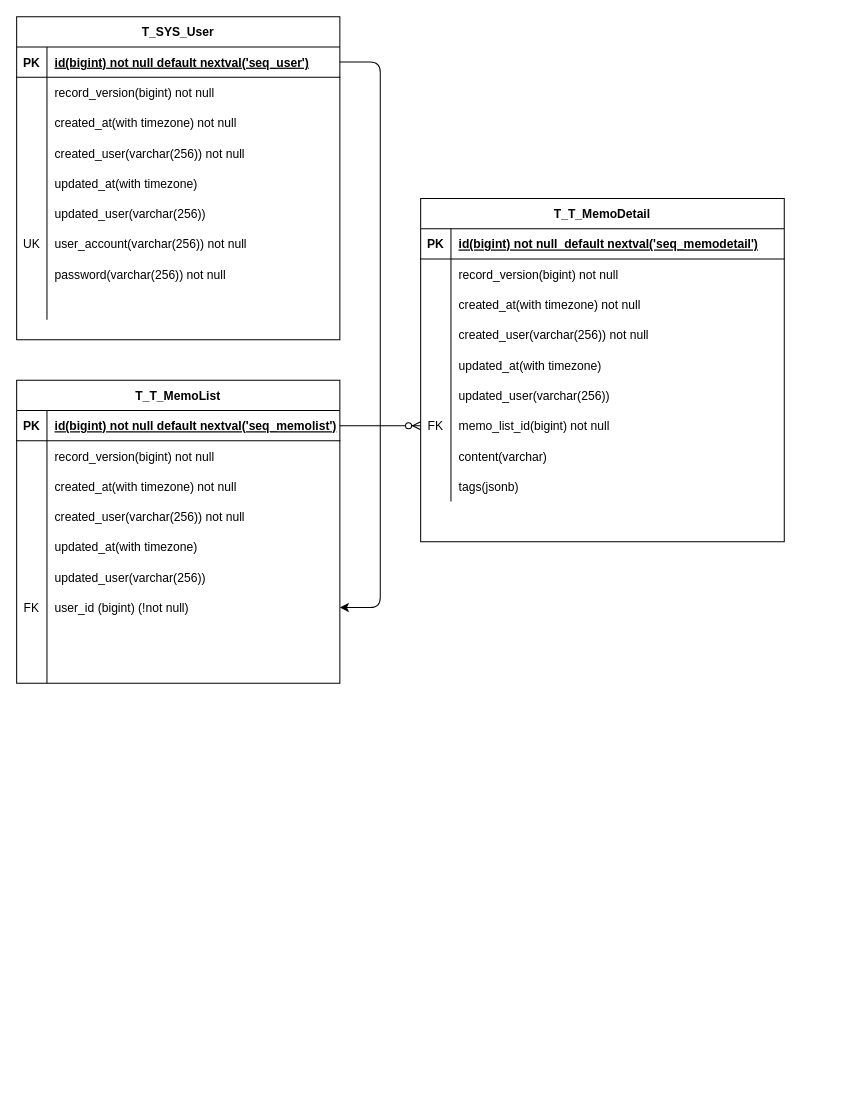
This is database/er/memo.drawio from ta9mi-github/memo, a draw.io file, before an edit. Source tidied: cells renumbered, new cells numbered last; positions are measured from the earlier drawing's top-left corner, leaving out a move shared by most shapes. Both pictures are drawn from the tidied source at 101%, with x=0, y=0 at pixel (16, 16).
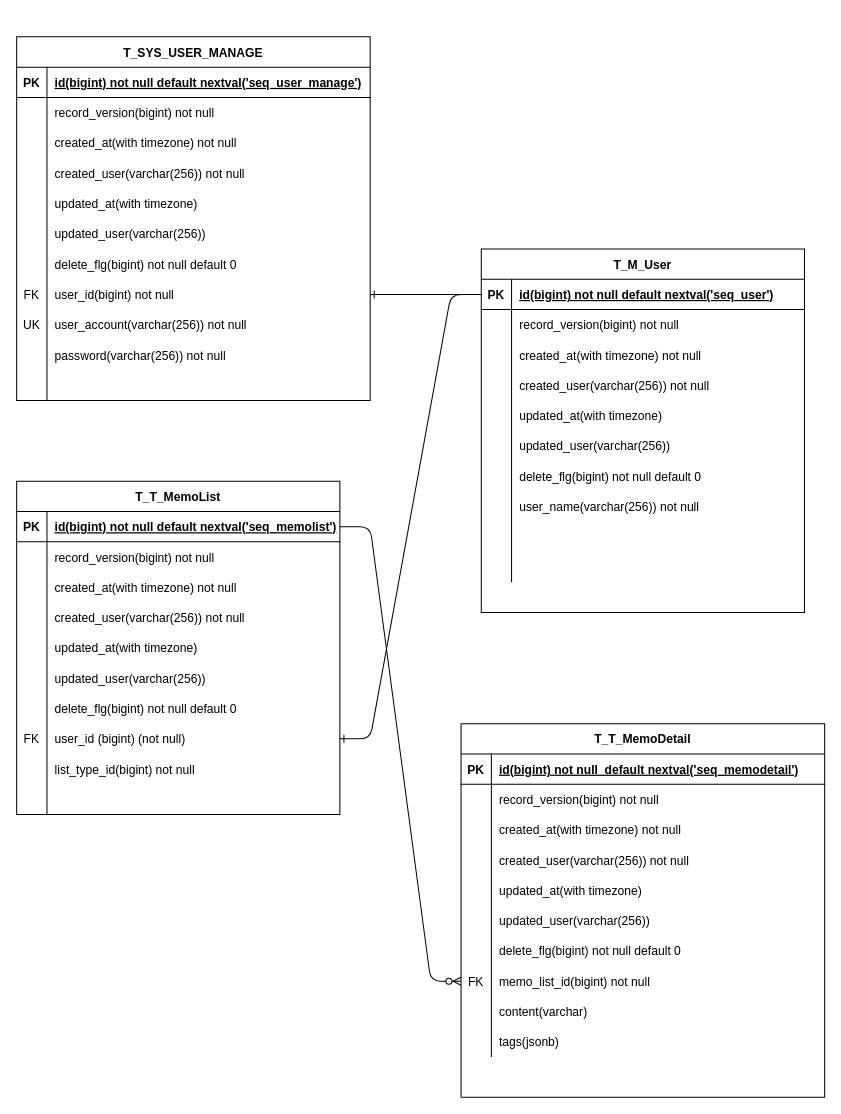
The same diagram, later.

Commit message:
不足している列の追加

The edit, as a diff of the source:
```diff
@@
-    <mxCell id="2" value="T_SYS_User" style="shape=table;startSize=30;childLayout=tableLayout;rowLines=0;fontStyle=1;align=center;" parent="1" vertex="1">
-      <mxGeometry width="320" height="320" as="geometry" />
+    <mxCell id="2" value="T_SYS_USER_MANAGE" style="shape=table;startSize=30;childLayout=tableLayout;rowLines=0;fontStyle=1;align=center;" parent="1" vertex="1">
+      <mxGeometry y="20" width="350" height="360" as="geometry" />
     </mxCell>
     <mxCell id="3" style="shape=partialRectangle;fillColor=none;top=0;left=0;bottom=1;right=0;points=[[0,0.5],[1,0.5]];portConstraint=eastwest;" parent="2" vertex="1">
-      <mxGeometry y="30" width="320" height="30" as="geometry" />
+      <mxGeometry y="30" width="350" height="30" as="geometry" />
     </mxCell>
@@
-    <mxCell id="5" value="id(bigint) not null default nextval('seq_user')" style="shape=partialRectangle;fillColor=none;top=0;left=0;bottom=0;right=0;align=left;spacingLeft=6;fontStyle=5;overflow=hidden;" parent="3" vertex="1">
-      <mxGeometry x="30" width="290" height="30" as="geometry" />
+    <mxCell id="5" value="id(bigint) not null default nextval('seq_user_manage')" style="shape=partialRectangle;fillColor=none;top=0;left=0;bottom=0;right=0;align=left;spacingLeft=6;fontStyle=5;overflow=hidden;" parent="3" vertex="1">
+      <mxGeometry x="30" width="320" height="30" as="geometry" />
     </mxCell>
     <mxCell id="6" style="shape=partialRectangle;fillColor=none;top=0;left=0;bottom=0;right=0;" parent="2" vertex="1">
-      <mxGeometry y="60" width="320" height="30" as="geometry" />
+      <mxGeometry y="60" width="350" height="30" as="geometry" />
     </mxCell>
@@
     <mxCell id="8" value="record_version(bigint) not null" style="shape=partialRectangle;fillColor=none;top=0;left=0;bottom=0;right=0;align=left;spacingLeft=6;overflow=hidden;" parent="6" vertex="1">
-      <mxGeometry x="30" width="290" height="30" as="geometry" />
+      <mxGeometry x="30" width="320" height="30" as="geometry" />
     </mxCell>
     <mxCell id="9" style="shape=partialRectangle;fillColor=none;top=0;left=0;bottom=0;right=0;" parent="2" vertex="1">
-      <mxGeometry y="90" width="320" height="30" as="geometry" />
+      <mxGeometry y="90" width="350" height="30" as="geometry" />
     </mxCell>
@@
     <mxCell id="11" value="created_at(with timezone) not null" style="shape=partialRectangle;fillColor=none;top=0;left=0;bottom=0;right=0;align=left;spacingLeft=6;overflow=hidden;" parent="9" vertex="1">
-      <mxGeometry x="30" width="290" height="30" as="geometry" />
+      <mxGeometry x="30" width="320" height="30" as="geometry" />
     </mxCell>
     <mxCell id="12" style="shape=partialRectangle;fillColor=none;top=0;left=0;bottom=0;right=0;" parent="2" vertex="1">
-      <mxGeometry y="120" width="320" height="30" as="geometry" />
+      <mxGeometry y="120" width="350" height="30" as="geometry" />
     </mxCell>
@@
     <mxCell id="14" value="created_user(varchar(256)) not null" style="shape=partialRectangle;fillColor=none;top=0;left=0;bottom=0;right=0;align=left;spacingLeft=6;overflow=hidden;" parent="12" vertex="1">
-      <mxGeometry x="30" width="290" height="30" as="geometry" />
+      <mxGeometry x="30" width="320" height="30" as="geometry" />
     </mxCell>
     <mxCell id="15" style="shape=partialRectangle;fillColor=none;top=0;left=0;bottom=0;right=0;" parent="2" vertex="1">
-      <mxGeometry y="150" width="320" height="30" as="geometry" />
+      <mxGeometry y="150" width="350" height="30" as="geometry" />
     </mxCell>
@@
     <mxCell id="17" value="updated_at(with timezone)" style="shape=partialRectangle;fillColor=none;top=0;left=0;bottom=0;right=0;align=left;spacingLeft=6;overflow=hidden;" parent="15" vertex="1">
-      <mxGeometry x="30" width="290" height="30" as="geometry" />
+      <mxGeometry x="30" width="320" height="30" as="geometry" />
     </mxCell>
     <mxCell id="18" style="shape=partialRectangle;fillColor=none;top=0;left=0;bottom=0;right=0;" parent="2" vertex="1">
-      <mxGeometry y="180" width="320" height="30" as="geometry" />
+      <mxGeometry y="180" width="350" height="30" as="geometry" />
     </mxCell>
@@
     <mxCell id="20" value="updated_user(varchar(256))" style="shape=partialRectangle;fillColor=none;top=0;left=0;bottom=0;right=0;align=left;spacingLeft=6;overflow=hidden;" parent="18" vertex="1">
-      <mxGeometry x="30" width="290" height="30" as="geometry" />
+      <mxGeometry x="30" width="320" height="30" as="geometry" />
     </mxCell>
+    <mxCell id="88" style="shape=partialRectangle;fillColor=none;top=0;left=0;bottom=0;right=0;" parent="2" vertex="1">
+      <mxGeometry y="210" width="350" height="30" as="geometry" />
+    </mxCell>
+    <mxCell id="89" style="shape=partialRectangle;fillColor=none;top=0;left=0;bottom=0;right=0;overflow=hidden;" parent="88" vertex="1">
+      <mxGeometry width="30" height="30" as="geometry" />
+    </mxCell>
+    <mxCell id="90" value="delete_flg(bigint) not null default 0" style="shape=partialRectangle;fillColor=none;top=0;left=0;bottom=0;right=0;align=left;spacingLeft=6;overflow=hidden;" parent="88" vertex="1">
+      <mxGeometry x="30" width="320" height="30" as="geometry" />
+    </mxCell>
+    <mxCell id="91" style="shape=partialRectangle;fillColor=none;top=0;left=0;bottom=0;right=0;points=[[0,0.5],[1,0.5]];portConstraint=eastwest;" parent="2" vertex="1">
+      <mxGeometry y="240" width="350" height="30" as="geometry" />
+    </mxCell>
+    <mxCell id="92" value="FK" style="shape=partialRectangle;fillColor=none;top=0;left=0;bottom=0;right=0;overflow=hidden;" parent="91" vertex="1">
+      <mxGeometry width="30" height="30" as="geometry" />
+    </mxCell>
+    <mxCell id="93" value="user_id(bigint) not null" style="shape=partialRectangle;fillColor=none;top=0;left=0;bottom=0;right=0;align=left;spacingLeft=6;overflow=hidden;" parent="91" vertex="1">
+      <mxGeometry x="30" width="320" height="30" as="geometry" />
+    </mxCell>
     <mxCell id="21" style="shape=partialRectangle;fillColor=none;top=0;left=0;bottom=0;right=0;" parent="2" vertex="1">
-      <mxGeometry y="210" width="320" height="30" as="geometry" />
+      <mxGeometry y="270" width="350" height="30" as="geometry" />
     </mxCell>
@@
     <mxCell id="23" value="user_account(varchar(256)) not null" style="shape=partialRectangle;fillColor=none;top=0;left=0;bottom=0;right=0;align=left;spacingLeft=6;overflow=hidden;" parent="21" vertex="1">
-      <mxGeometry x="30" width="290" height="30" as="geometry" />
+      <mxGeometry x="30" width="320" height="30" as="geometry" />
     </mxCell>
     <mxCell id="24" style="shape=partialRectangle;fillColor=none;top=0;left=0;bottom=0;right=0;" parent="2" vertex="1">
-      <mxGeometry y="240" width="320" height="30" as="geometry" />
+      <mxGeometry y="300" width="350" height="30" as="geometry" />
     </mxCell>
@@
     <mxCell id="26" value="password(varchar(256)) not null" style="shape=partialRectangle;fillColor=none;top=0;left=0;bottom=0;right=0;align=left;spacingLeft=6;overflow=hidden;" parent="24" vertex="1">
-      <mxGeometry x="30" width="290" height="30" as="geometry" />
+      <mxGeometry x="30" width="320" height="30" as="geometry" />
     </mxCell>
     <mxCell id="27" style="shape=partialRectangle;fillColor=none;top=0;left=0;bottom=0;right=0;" parent="2" vertex="1">
-      <mxGeometry y="270" width="320" height="30" as="geometry" />
+      <mxGeometry y="330" width="350" height="30" as="geometry" />
     </mxCell>
@@
     <mxCell id="29" style="shape=partialRectangle;fillColor=none;top=0;left=0;bottom=0;right=0;align=left;spacingLeft=6;overflow=hidden;" parent="27" vertex="1">
-      <mxGeometry x="30" width="290" height="30" as="geometry" />
+      <mxGeometry x="30" width="320" height="30" as="geometry" />
     </mxCell>
     <mxCell id="30" value="T_T_MemoList" style="shape=table;startSize=30;childLayout=tableLayout;rowLines=0;fontStyle=1;align=center;" parent="1" vertex="1">
-      <mxGeometry y="360" width="320" height="300" as="geometry" />
+      <mxGeometry y="460" width="320" height="330" as="geometry" />
     </mxCell>
@@
+    <mxCell id="94" style="shape=partialRectangle;fillColor=none;top=0;left=0;bottom=0;right=0;" parent="30" vertex="1">
+      <mxGeometry y="210" width="320" height="30" as="geometry" />
+    </mxCell>
+    <mxCell id="95" style="shape=partialRectangle;fillColor=none;top=0;left=0;bottom=0;right=0;overflow=hidden;" parent="94" vertex="1">
+      <mxGeometry width="30" height="30" as="geometry" />
+    </mxCell>
+    <mxCell id="96" value="delete_flg(bigint) not null default 0" style="shape=partialRectangle;fillColor=none;top=0;left=0;bottom=0;right=0;align=left;spacingLeft=6;overflow=hidden;" parent="94" vertex="1">
+      <mxGeometry x="30" width="290" height="30" as="geometry" />
+    </mxCell>
     <mxCell id="49" style="shape=partialRectangle;fillColor=none;top=0;left=0;bottom=0;right=0;points=[[0,0.5],[1,0.5]];portConstraint=eastwest;" parent="30" vertex="1">
-      <mxGeometry y="210" width="320" height="30" as="geometry" />
+      <mxGeometry y="240" width="320" height="30" as="geometry" />
     </mxCell>
@@
-    <mxCell id="51" value="user_id (bigint) (!not null)" style="shape=partialRectangle;fillColor=none;top=0;left=0;bottom=0;right=0;align=left;spacingLeft=6;overflow=hidden;" parent="49" vertex="1">
+    <mxCell id="51" value="user_id (bigint) (not null)" style="shape=partialRectangle;fillColor=none;top=0;left=0;bottom=0;right=0;align=left;spacingLeft=6;overflow=hidden;" parent="49" vertex="1">
       <mxGeometry x="30" width="290" height="30" as="geometry" />
     </mxCell>
     <mxCell id="52" style="shape=partialRectangle;fillColor=none;top=0;left=0;bottom=0;right=0;" parent="30" vertex="1">
-      <mxGeometry y="240" width="320" height="30" as="geometry" />
+      <mxGeometry y="270" width="320" height="30" as="geometry" />
     </mxCell>
@@
-    <mxCell id="54" style="shape=partialRectangle;fillColor=none;top=0;left=0;bottom=0;right=0;align=left;spacingLeft=6;overflow=hidden;" parent="52" vertex="1">
+    <mxCell id="54" value="list_type_id(bigint) not null" style="shape=partialRectangle;fillColor=none;top=0;left=0;bottom=0;right=0;align=left;spacingLeft=6;overflow=hidden;" parent="52" vertex="1">
       <mxGeometry x="30" width="290" height="30" as="geometry" />
     </mxCell>
     <mxCell id="55" style="shape=partialRectangle;fillColor=none;top=0;left=0;bottom=0;right=0;" parent="30" vertex="1">
-      <mxGeometry y="270" width="320" height="30" as="geometry" />
+      <mxGeometry y="300" width="320" height="30" as="geometry" />
     </mxCell>
@@
     <mxCell id="58" value="T_T_MemoDetail" style="shape=table;startSize=30;childLayout=tableLayout;rowLines=0;fontStyle=1;align=center;" parent="1" vertex="1">
-      <mxGeometry x="400" y="180" width="360" height="340" as="geometry" />
+      <mxGeometry x="440" y="700" width="360" height="370" as="geometry" />
     </mxCell>
@@
+    <mxCell id="97" style="shape=partialRectangle;fillColor=none;top=0;left=0;bottom=0;right=0;" parent="58" vertex="1">
+      <mxGeometry y="210" width="360" height="30" as="geometry" />
+    </mxCell>
+    <mxCell id="98" style="shape=partialRectangle;fillColor=none;top=0;left=0;bottom=0;right=0;overflow=hidden;" parent="97" vertex="1">
+      <mxGeometry width="30" height="30" as="geometry" />
+    </mxCell>
+    <mxCell id="99" value="delete_flg(bigint) not null default 0" style="shape=partialRectangle;fillColor=none;top=0;left=0;bottom=0;right=0;align=left;spacingLeft=6;overflow=hidden;" parent="97" vertex="1">
+      <mxGeometry x="30" width="330" height="30" as="geometry" />
+    </mxCell>
     <mxCell id="77" style="shape=partialRectangle;fillColor=none;top=0;left=0;bottom=0;right=0;points=[[0,0.5],[1,0.5]];portConstraint=eastwest;" parent="58" vertex="1">
-      <mxGeometry y="210" width="360" height="30" as="geometry" />
+      <mxGeometry y="240" width="360" height="30" as="geometry" />
     </mxCell>
@@
     <mxCell id="80" style="shape=partialRectangle;fillColor=none;top=0;left=0;bottom=0;right=0;" parent="58" vertex="1">
-      <mxGeometry y="240" width="360" height="30" as="geometry" />
+      <mxGeometry y="270" width="360" height="30" as="geometry" />
     </mxCell>
@@
     <mxCell id="83" style="shape=partialRectangle;fillColor=none;top=0;left=0;bottom=0;right=0;" parent="58" vertex="1">
-      <mxGeometry y="270" width="360" height="30" as="geometry" />
+      <mxGeometry y="300" width="360" height="30" as="geometry" />
     </mxCell>
@@
-    <mxCell id="86" style="edgeStyle=none;html=1;entryX=1;entryY=0.5;entryDx=0;entryDy=0;exitX=1;exitY=0.5;exitDx=0;exitDy=0;" parent="1" edge="1" source="3" target="49">
-      <mxGeometry relative="1" as="geometry">
-        <Array as="points">
-          <mxPoint x="360" y="45" />
-          <mxPoint x="360" y="180" />
-          <mxPoint x="360" y="405" />
-          <mxPoint x="360" y="585" />
-        </Array>
-      </mxGeometry>
-    </mxCell>
@@
+    <mxCell id="100" value="T_M_User" style="shape=table;startSize=30;childLayout=tableLayout;rowLines=0;fontStyle=1;align=center;" parent="1" vertex="1">
+      <mxGeometry x="460" y="230" width="320" height="360" as="geometry" />
+    </mxCell>
+    <mxCell id="101" style="shape=partialRectangle;fillColor=none;top=0;left=0;bottom=1;right=0;points=[[0,0.5],[1,0.5]];portConstraint=eastwest;" parent="100" vertex="1">
+      <mxGeometry y="30" width="320" height="30" as="geometry" />
+    </mxCell>
+    <mxCell id="102" value="PK" style="shape=partialRectangle;fillColor=none;top=0;left=0;bottom=0;right=0;fontStyle=1;overflow=hidden;" parent="101" vertex="1">
+      <mxGeometry width="30" height="30" as="geometry" />
+    </mxCell>
+    <mxCell id="103" value="id(bigint) not null default nextval('seq_user')" style="shape=partialRectangle;fillColor=none;top=0;left=0;bottom=0;right=0;align=left;spacingLeft=6;fontStyle=5;overflow=hidden;" parent="101" vertex="1">
+      <mxGeometry x="30" width="290" height="30" as="geometry" />
+    </mxCell>
+    <mxCell id="104" style="shape=partialRectangle;fillColor=none;top=0;left=0;bottom=0;right=0;" parent="100" vertex="1">
+      <mxGeometry y="60" width="320" height="30" as="geometry" />
+    </mxCell>
+    <mxCell id="105" style="shape=partialRectangle;fillColor=none;top=0;left=0;bottom=0;right=0;overflow=hidden;" parent="104" vertex="1">
+      <mxGeometry width="30" height="30" as="geometry" />
+    </mxCell>
+    <mxCell id="106" value="record_version(bigint) not null" style="shape=partialRectangle;fillColor=none;top=0;left=0;bottom=0;right=0;align=left;spacingLeft=6;overflow=hidden;" parent="104" vertex="1">
+      <mxGeometry x="30" width="290" height="30" as="geometry" />
+    </mxCell>
+    <mxCell id="107" style="shape=partialRectangle;fillColor=none;top=0;left=0;bottom=0;right=0;" parent="100" vertex="1">
+      <mxGeometry y="90" width="320" height="30" as="geometry" />
+    </mxCell>
+    <mxCell id="108" style="shape=partialRectangle;fillColor=none;top=0;left=0;bottom=0;right=0;overflow=hidden;" parent="107" vertex="1">
+      <mxGeometry width="30" height="30" as="geometry" />
+    </mxCell>
+    <mxCell id="109" value="created_at(with timezone) not null" style="shape=partialRectangle;fillColor=none;top=0;left=0;bottom=0;right=0;align=left;spacingLeft=6;overflow=hidden;" parent="107" vertex="1">
+      <mxGeometry x="30" width="290" height="30" as="geometry" />
+    </mxCell>
+    <mxCell id="110" style="shape=partialRectangle;fillColor=none;top=0;left=0;bottom=0;right=0;" parent="100" vertex="1">
+      <mxGeometry y="120" width="320" height="30" as="geometry" />
+    </mxCell>
+    <mxCell id="111" style="shape=partialRectangle;fillColor=none;top=0;left=0;bottom=0;right=0;overflow=hidden;" parent="110" vertex="1">
+      <mxGeometry width="30" height="30" as="geometry" />
+    </mxCell>
+    <mxCell id="112" value="created_user(varchar(256)) not null" style="shape=partialRectangle;fillColor=none;top=0;left=0;bottom=0;right=0;align=left;spacingLeft=6;overflow=hidden;" parent="110" vertex="1">
+      <mxGeometry x="30" width="290" height="30" as="geometry" />
+    </mxCell>
+    <mxCell id="113" style="shape=partialRectangle;fillColor=none;top=0;left=0;bottom=0;right=0;" parent="100" vertex="1">
+      <mxGeometry y="150" width="320" height="30" as="geometry" />
+    </mxCell>
+    <mxCell id="114" style="shape=partialRectangle;fillColor=none;top=0;left=0;bottom=0;right=0;overflow=hidden;" parent="113" vertex="1">
+      <mxGeometry width="30" height="30" as="geometry" />
+    </mxCell>
+    <mxCell id="115" value="updated_at(with timezone)" style="shape=partialRectangle;fillColor=none;top=0;left=0;bottom=0;right=0;align=left;spacingLeft=6;overflow=hidden;" parent="113" vertex="1">
+      <mxGeometry x="30" width="290" height="30" as="geometry" />
+    </mxCell>
+    <mxCell id="116" style="shape=partialRectangle;fillColor=none;top=0;left=0;bottom=0;right=0;" parent="100" vertex="1">
+      <mxGeometry y="180" width="320" height="30" as="geometry" />
+    </mxCell>
+    <mxCell id="117" style="shape=partialRectangle;fillColor=none;top=0;left=0;bottom=0;right=0;overflow=hidden;" parent="116" vertex="1">
+      <mxGeometry width="30" height="30" as="geometry" />
+    </mxCell>
+    <mxCell id="118" value="updated_user(varchar(256))" style="shape=partialRectangle;fillColor=none;top=0;left=0;bottom=0;right=0;align=left;spacingLeft=6;overflow=hidden;" parent="116" vertex="1">
+      <mxGeometry x="30" width="290" height="30" as="geometry" />
+    </mxCell>
+    <mxCell id="119" style="shape=partialRectangle;fillColor=none;top=0;left=0;bottom=0;right=0;" parent="100" vertex="1">
+      <mxGeometry y="210" width="320" height="30" as="geometry" />
+    </mxCell>
+    <mxCell id="120" style="shape=partialRectangle;fillColor=none;top=0;left=0;bottom=0;right=0;overflow=hidden;" parent="119" vertex="1">
+      <mxGeometry width="30" height="30" as="geometry" />
+    </mxCell>
+    <mxCell id="121" value="delete_flg(bigint) not null default 0" style="shape=partialRectangle;fillColor=none;top=0;left=0;bottom=0;right=0;align=left;spacingLeft=6;overflow=hidden;" parent="119" vertex="1">
+      <mxGeometry x="30" width="290" height="30" as="geometry" />
+    </mxCell>
+    <mxCell id="122" style="shape=partialRectangle;fillColor=none;top=0;left=0;bottom=0;right=0;" parent="100" vertex="1">
+      <mxGeometry y="240" width="320" height="30" as="geometry" />
+    </mxCell>
+    <mxCell id="123" style="shape=partialRectangle;fillColor=none;top=0;left=0;bottom=0;right=0;overflow=hidden;" parent="122" vertex="1">
+      <mxGeometry width="30" height="30" as="geometry" />
+    </mxCell>
+    <mxCell id="124" value="user_name(varchar(256)) not null" style="shape=partialRectangle;fillColor=none;top=0;left=0;bottom=0;right=0;align=left;spacingLeft=6;overflow=hidden;" parent="122" vertex="1">
+      <mxGeometry x="30" width="290" height="30" as="geometry" />
+    </mxCell>
+    <mxCell id="125" style="shape=partialRectangle;fillColor=none;top=0;left=0;bottom=0;right=0;" parent="100" vertex="1">
+      <mxGeometry y="270" width="320" height="30" as="geometry" />
+    </mxCell>
+    <mxCell id="126" style="shape=partialRectangle;fillColor=none;top=0;left=0;bottom=0;right=0;overflow=hidden;" parent="125" vertex="1">
+      <mxGeometry width="30" height="30" as="geometry" />
+    </mxCell>
+    <mxCell id="127" style="shape=partialRectangle;fillColor=none;top=0;left=0;bottom=0;right=0;align=left;spacingLeft=6;overflow=hidden;" parent="125" vertex="1">
+      <mxGeometry x="30" width="290" height="30" as="geometry" />
+    </mxCell>
+    <mxCell id="128" style="shape=partialRectangle;fillColor=none;top=0;left=0;bottom=0;right=0;" parent="100" vertex="1">
+      <mxGeometry y="300" width="320" height="30" as="geometry" />
+    </mxCell>
+    <mxCell id="129" style="shape=partialRectangle;fillColor=none;top=0;left=0;bottom=0;right=0;overflow=hidden;" parent="128" vertex="1">
+      <mxGeometry width="30" height="30" as="geometry" />
+    </mxCell>
+    <mxCell id="130" style="shape=partialRectangle;fillColor=none;top=0;left=0;bottom=0;right=0;align=left;spacingLeft=6;overflow=hidden;" parent="128" vertex="1">
+      <mxGeometry x="30" width="290" height="30" as="geometry" />
+    </mxCell>
+    <mxCell id="131" style="edgeStyle=entityRelationEdgeStyle;fontSize=12;html=1;endArrow=ERone;endFill=1;exitX=0;exitY=0.5;exitDx=0;exitDy=0;" parent="1" edge="1" source="101" target="91">
+      <mxGeometry relative="1" as="geometry" />
+    </mxCell>
+    <mxCell id="132" style="edgeStyle=entityRelationEdgeStyle;fontSize=12;html=1;endArrow=ERone;endFill=1;entryX=1;entryY=0.5;entryDx=0;entryDy=0;exitX=0;exitY=0.5;exitDx=0;exitDy=0;" parent="1" edge="1" source="101" target="49">
+      <mxGeometry relative="1" as="geometry" />
+    </mxCell>
```
